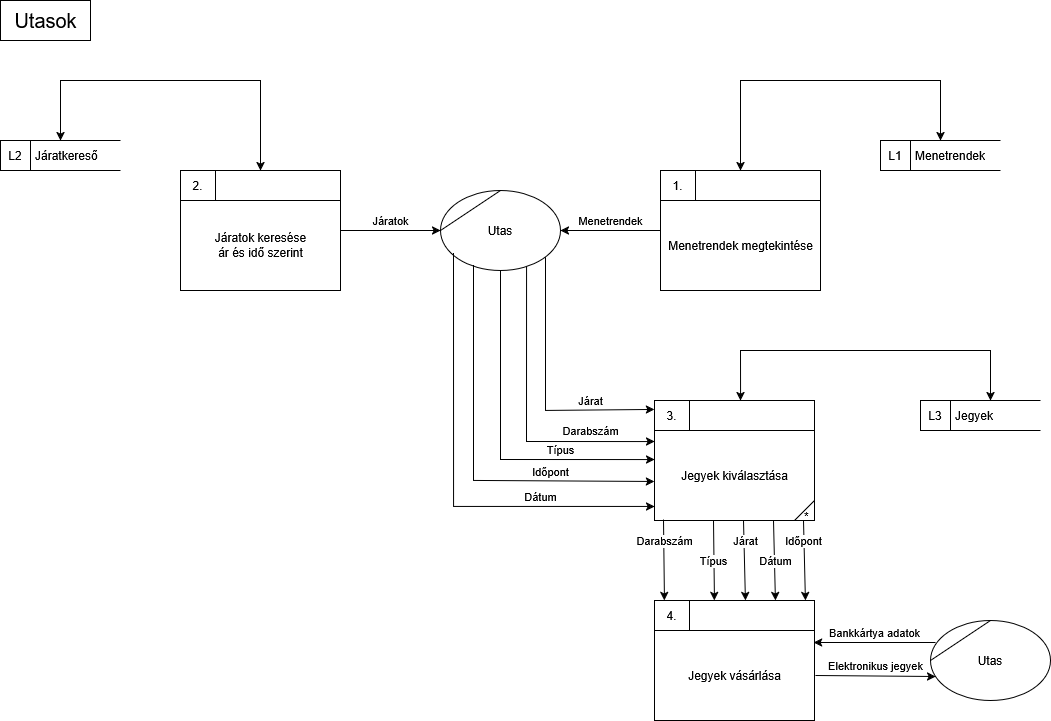
jan-katosa/vasut_projekt keeps this draw.io diagram as docs/documentation/dfd/vasut_utas_log1.png. Above is the earlier version. Source tidied: cells renumbered, new cells last; positions are measured from the earlier drawing's top-left corner, leaving out a move shared by most shapes. Source of this version:
```xml
<mxGraphModel>
  <root>
    <mxCell id="0" />
    <mxCell id="1" parent="0" />
    <mxCell id="2" value="Járat" style="endArrow=classic;html=1;rounded=0;verticalAlign=bottom;exitX=0.875;exitY=0.838;exitDx=0;exitDy=0;exitPerimeter=0;entryX=0;entryY=0.075;entryDx=0;entryDy=0;entryPerimeter=0;" parent="1" edge="1" source="25" target="13">
      <mxGeometry x="0.51" relative="1" as="geometry">
        <Array as="points">
          <mxPoint x="545" y="410" />
        </Array>
      </mxGeometry>
    </mxCell>
    <mxCell id="3" value="Típus" style="endArrow=classic;html=1;rounded=0;verticalAlign=bottom;exitX=0.5;exitY=1;exitDx=0;exitDy=0;entryX=0;entryY=0.492;entryDx=0;entryDy=0;entryPerimeter=0;" parent="1" edge="1" source="25">
      <mxGeometry x="0.45" relative="1" as="geometry">
        <mxPoint x="654" y="459" as="targetPoint" />
        <Array as="points">
          <mxPoint x="500" y="459" />
        </Array>
      </mxGeometry>
    </mxCell>
    <mxCell id="4" value="Jegyek vásárlása" style="html=1;dashed=0;whitespace=wrap;shape=mxgraph.dfd.process;align=center;spacingTop=30;" parent="1" vertex="1">
      <mxGeometry x="654" y="600" width="160" height="120" as="geometry" />
    </mxCell>
    <mxCell id="5" value="4." style="text;html=1;strokeColor=none;fillColor=none;align=center;verticalAlign=middle;whiteSpace=wrap;rounded=0;" parent="4" vertex="1">
      <mxGeometry width="35" height="30" as="geometry" />
    </mxCell>
    <mxCell id="6" style="text;html=1;strokeColor=none;fillColor=none;align=left;verticalAlign=middle;whiteSpace=wrap;rounded=0;spacingLeft=6;" parent="4" vertex="1">
      <mxGeometry x="35" y="-5" width="50" height="40" as="geometry" />
    </mxCell>
    <mxCell id="7" value="Utas" style="shape=(stored shape, 332 characters);whiteSpace=wrap;html=1;" parent="1" vertex="1">
      <mxGeometry x="930" y="620" width="120" height="80" as="geometry" />
    </mxCell>
    <mxCell id="8" value="Jegyek" style="html=1;dashed=0;whitespace=wrap;shape=mxgraph.dfd.dataStoreID;align=left;spacingLeft=33;" parent="1" vertex="1">
      <mxGeometry x="920" y="400" width="120" height="30" as="geometry" />
    </mxCell>
    <mxCell id="9" value="L3" style="text;html=1;strokeColor=none;fillColor=none;align=center;verticalAlign=middle;whiteSpace=wrap;rounded=0;" parent="8" vertex="1">
      <mxGeometry width="30" height="30" as="geometry" />
    </mxCell>
    <mxCell id="10" value="Bankkártya adatok" style="endArrow=classic;html=1;rounded=0;verticalAlign=bottom;exitX=0.042;exitY=0.275;exitDx=0;exitDy=0;exitPerimeter=0;entryX=0.994;entryY=0.35;entryDx=0;entryDy=0;entryPerimeter=0;" parent="1" edge="1" source="7" target="4">
      <mxGeometry relative="1" as="geometry" />
    </mxCell>
    <mxCell id="11" value="Elektronikus jegyek" style="endArrow=classic;html=1;rounded=0;verticalAlign=bottom;exitX=1.006;exitY=0.625;exitDx=0;exitDy=0;exitPerimeter=0;entryX=0.042;entryY=0.7;entryDx=0;entryDy=0;entryPerimeter=0;" parent="1" edge="1" source="4" target="7">
      <mxGeometry relative="1" as="geometry" />
    </mxCell>
    <mxCell id="12" value="Darabszám" style="endArrow=classic;html=1;rounded=0;verticalAlign=bottom;exitX=0.717;exitY=0.95;exitDx=0;exitDy=0;entryX=0;entryY=0.342;entryDx=0;entryDy=0;entryPerimeter=0;exitPerimeter=0;" parent="1" edge="1" source="25" target="13">
      <mxGeometry x="0.58" y="1" relative="1" as="geometry">
        <Array as="points">
          <mxPoint x="526" y="441" />
        </Array>
      </mxGeometry>
    </mxCell>
    <mxCell id="13" value="Jegyek kiválasztása" style="html=1;dashed=0;whitespace=wrap;shape=mxgraph.dfd.process2;align=center;spacingTop=30;" parent="1" vertex="1">
      <mxGeometry x="654" y="400" width="160" height="120" as="geometry" />
    </mxCell>
    <mxCell id="14" value="3." style="text;html=1;strokeColor=none;fillColor=none;align=center;verticalAlign=middle;whiteSpace=wrap;rounded=0;" parent="13" vertex="1">
      <mxGeometry width="35" height="30" as="geometry" />
    </mxCell>
    <mxCell id="15" style="text;strokeColor=none;fillColor=none;align=left;verticalAlign=middle;whiteSpace=wrap;rounded=0;spacingLeft=6;fontStyle=0;html=1;" parent="13" vertex="1">
      <mxGeometry x="35" y="-5" width="50" height="40" as="geometry" />
    </mxCell>
    <mxCell id="16" style="endArrow=classic;startArrow=classic;html=1;rounded=0;verticalAlign=bottom;entryX=0.583;entryY=0;entryDx=0;entryDy=0;entryPerimeter=0;exitX=0.538;exitY=0;exitDx=0;exitDy=0;exitPerimeter=0;" parent="1" edge="1" source="13" target="8">
      <mxGeometry relative="1" as="geometry">
        <Array as="points">
          <mxPoint x="740" y="350" />
          <mxPoint x="990" y="350" />
        </Array>
      </mxGeometry>
    </mxCell>
    <mxCell id="17" value="Darabszám" style="endArrow=classic;html=1;rounded=0;verticalAlign=bottom;exitX=0.175;exitY=0.992;exitDx=0;exitDy=0;entryX=0.181;entryY=0;entryDx=0;entryDy=0;entryPerimeter=0;exitPerimeter=0;" parent="1" edge="1">
      <mxGeometry x="-0.23" y="1" relative="1" as="geometry">
        <mxPoint x="663" y="519" as="sourcePoint" />
        <mxPoint x="664" y="600" as="targetPoint" />
      </mxGeometry>
    </mxCell>
    <mxCell id="18" value="Típus" style="endArrow=classic;html=1;rounded=0;verticalAlign=bottom;exitX=0.525;exitY=1;exitDx=0;exitDy=0;entryX=0.531;entryY=0;entryDx=0;entryDy=0;entryPerimeter=0;exitPerimeter=0;" parent="1" edge="1">
      <mxGeometry x="0.25" y="-1" relative="1" as="geometry">
        <mxPoint x="713" y="520" as="sourcePoint" />
        <mxPoint x="714" y="600" as="targetPoint" />
      </mxGeometry>
    </mxCell>
    <mxCell id="19" value="Járat" style="endArrow=classic;html=1;rounded=0;verticalAlign=bottom;exitX=0.888;exitY=1;exitDx=0;exitDy=0;exitPerimeter=0;entryX=0.9;entryY=0;entryDx=0;entryDy=0;entryPerimeter=0;" parent="1" edge="1">
      <mxGeometry x="-0.25" y="1" relative="1" as="geometry">
        <mxPoint x="743" y="520" as="sourcePoint" />
        <mxPoint x="744.9" y="600" as="targetPoint" />
      </mxGeometry>
    </mxCell>
    <mxCell id="20" value="Dátum" style="endArrow=classic;html=1;rounded=0;verticalAlign=bottom;exitX=0.888;exitY=1;exitDx=0;exitDy=0;exitPerimeter=0;entryX=0.9;entryY=0;entryDx=0;entryDy=0;entryPerimeter=0;" parent="1" edge="1">
      <mxGeometry x="0.25" y="1" relative="1" as="geometry">
        <mxPoint x="773" y="520" as="sourcePoint" />
        <mxPoint x="774.9" y="600" as="targetPoint" />
      </mxGeometry>
    </mxCell>
    <mxCell id="21" value="Időpont" style="endArrow=classic;html=1;rounded=0;verticalAlign=bottom;exitX=0.888;exitY=1;exitDx=0;exitDy=0;exitPerimeter=0;entryX=0.9;entryY=0;entryDx=0;entryDy=0;entryPerimeter=0;" parent="1" edge="1">
      <mxGeometry x="-0.25" y="-1" relative="1" as="geometry">
        <mxPoint x="803" y="520" as="sourcePoint" />
        <mxPoint x="804.9" y="600" as="targetPoint" />
      </mxGeometry>
    </mxCell>
    <mxCell id="22" value="Menetrendek megtekintése" style="html=1;dashed=0;whitespace=wrap;shape=mxgraph.dfd.process;align=center;spacingTop=30;" parent="1" vertex="1">
      <mxGeometry x="660" y="170" width="160" height="120" as="geometry" />
    </mxCell>
    <mxCell id="23" value="1." style="text;html=1;strokeColor=none;fillColor=none;align=center;verticalAlign=middle;whiteSpace=wrap;rounded=0;" parent="22" vertex="1">
      <mxGeometry width="35" height="30" as="geometry" />
    </mxCell>
    <mxCell id="24" style="text;html=1;strokeColor=none;fillColor=none;align=left;verticalAlign=middle;whiteSpace=wrap;rounded=0;spacingLeft=6;" parent="22" vertex="1">
      <mxGeometry x="35" y="-5" width="50" height="40" as="geometry" />
    </mxCell>
    <mxCell id="25" value="Utas" style="shape=(stored shape, 332 characters);whiteSpace=wrap;html=1;" parent="1" vertex="1">
      <mxGeometry x="440" y="190" width="120" height="80" as="geometry" />
    </mxCell>
    <mxCell id="26" value="Menetrendek" style="html=1;dashed=0;whitespace=wrap;shape=mxgraph.dfd.dataStoreID;align=left;spacingLeft=33;" parent="1" vertex="1">
      <mxGeometry x="880" y="140" width="120" height="30" as="geometry" />
    </mxCell>
    <mxCell id="27" value="L1" style="text;html=1;strokeColor=none;fillColor=none;align=center;verticalAlign=middle;whiteSpace=wrap;rounded=0;" parent="26" vertex="1">
      <mxGeometry width="30" height="30" as="geometry" />
    </mxCell>
    <mxCell id="28" value="Menetrendek" style="endArrow=classic;html=1;rounded=0;verticalAlign=bottom;entryX=1;entryY=0.5;entryDx=0;entryDy=0;exitX=0;exitY=0.5;exitDx=0;exitDy=0;exitPerimeter=0;" parent="1" edge="1" source="22" target="25">
      <mxGeometry relative="1" as="geometry" />
    </mxCell>
    <mxCell id="29" style="endArrow=classic;startArrow=classic;html=1;rounded=0;verticalAlign=bottom;entryX=0.5;entryY=0;entryDx=0;entryDy=0;entryPerimeter=0;exitX=0.5;exitY=0;exitDx=0;exitDy=0;exitPerimeter=0;" parent="1" edge="1" source="22" target="26">
      <mxGeometry relative="1" as="geometry">
        <Array as="points">
          <mxPoint x="740" y="80" />
          <mxPoint x="940" y="80" />
        </Array>
      </mxGeometry>
    </mxCell>
    <mxCell id="30" value="Időpont" style="endArrow=classic;html=1;rounded=0;verticalAlign=bottom;exitX=0.275;exitY=0.938;exitDx=0;exitDy=0;exitPerimeter=0;entryX=0;entryY=0.675;entryDx=0;entryDy=0;entryPerimeter=0;" parent="1" edge="1" source="25" target="13">
      <mxGeometry x="0.47" y="-1" relative="1" as="geometry">
        <Array as="points">
          <mxPoint x="473" y="480" />
        </Array>
      </mxGeometry>
    </mxCell>
    <mxCell id="31" value="Dátum" style="endArrow=classic;html=1;rounded=0;verticalAlign=bottom;exitX=0.108;exitY=0.788;exitDx=0;exitDy=0;exitPerimeter=0;entryX=0;entryY=0.883;entryDx=0;entryDy=0;entryPerimeter=0;" parent="1" edge="1" source="25" target="13">
      <mxGeometry x="0.5" relative="1" as="geometry">
        <Array as="points">
          <mxPoint x="453" y="506" />
        </Array>
      </mxGeometry>
    </mxCell>
    <mxCell id="32" value="&lt;div align=&quot;center&quot;&gt;Járatok keresése&lt;/div&gt;&lt;div align=&quot;center&quot;&gt;ár és idő szerint&lt;/div&gt;" style="html=1;dashed=0;whitespace=wrap;shape=mxgraph.dfd.process;align=center;spacingTop=30;" parent="1" vertex="1">
      <mxGeometry x="180" y="170" width="160" height="120" as="geometry" />
    </mxCell>
    <mxCell id="33" value="2." style="text;html=1;strokeColor=none;fillColor=none;align=center;verticalAlign=middle;whiteSpace=wrap;rounded=0;" parent="32" vertex="1">
      <mxGeometry width="35" height="30" as="geometry" />
    </mxCell>
    <mxCell id="34" style="text;html=1;strokeColor=none;fillColor=none;align=left;verticalAlign=middle;whiteSpace=wrap;rounded=0;spacingLeft=6;" parent="32" vertex="1">
      <mxGeometry x="35" y="-5" width="50" height="40" as="geometry" />
    </mxCell>
    <mxCell id="35" value="Járatok" style="endArrow=classic;html=1;rounded=0;verticalAlign=bottom;entryX=0;entryY=0.5;entryDx=0;entryDy=0;exitX=1;exitY=0.5;exitDx=0;exitDy=0;exitPerimeter=0;" parent="1" edge="1" source="32" target="25">
      <mxGeometry relative="1" as="geometry" />
    </mxCell>
    <mxCell id="36" value="Járatkereső" style="html=1;dashed=0;whitespace=wrap;shape=mxgraph.dfd.dataStoreID;align=left;spacingLeft=33;" parent="1" vertex="1">
      <mxGeometry y="140" width="120" height="30" as="geometry" />
    </mxCell>
    <mxCell id="37" value="L2" style="text;html=1;strokeColor=none;fillColor=none;align=center;verticalAlign=middle;whiteSpace=wrap;rounded=0;" parent="36" vertex="1">
      <mxGeometry width="30" height="30" as="geometry" />
    </mxCell>
    <mxCell id="38" style="endArrow=classic;startArrow=classic;html=1;rounded=0;verticalAlign=bottom;entryX=0.5;entryY=0;entryDx=0;entryDy=0;entryPerimeter=0;" parent="1" edge="1">
      <mxGeometry relative="1" as="geometry">
        <mxPoint x="60" y="140" as="sourcePoint" />
        <mxPoint x="260" y="170" as="targetPoint" />
        <Array as="points">
          <mxPoint x="60" y="80" />
          <mxPoint x="260" y="80" />
        </Array>
      </mxGeometry>
    </mxCell>
    <mxCell id="39" value="&lt;font style=&quot;font-size: 20px;&quot;&gt;Utasok&lt;/font&gt;" style="text;html=1;align=center;verticalAlign=middle;strokeColor=default;fillColor=default;" parent="1" vertex="1">
      <mxGeometry width="90" height="40" as="geometry" />
    </mxCell>
  </root>
</mxGraphModel>
```
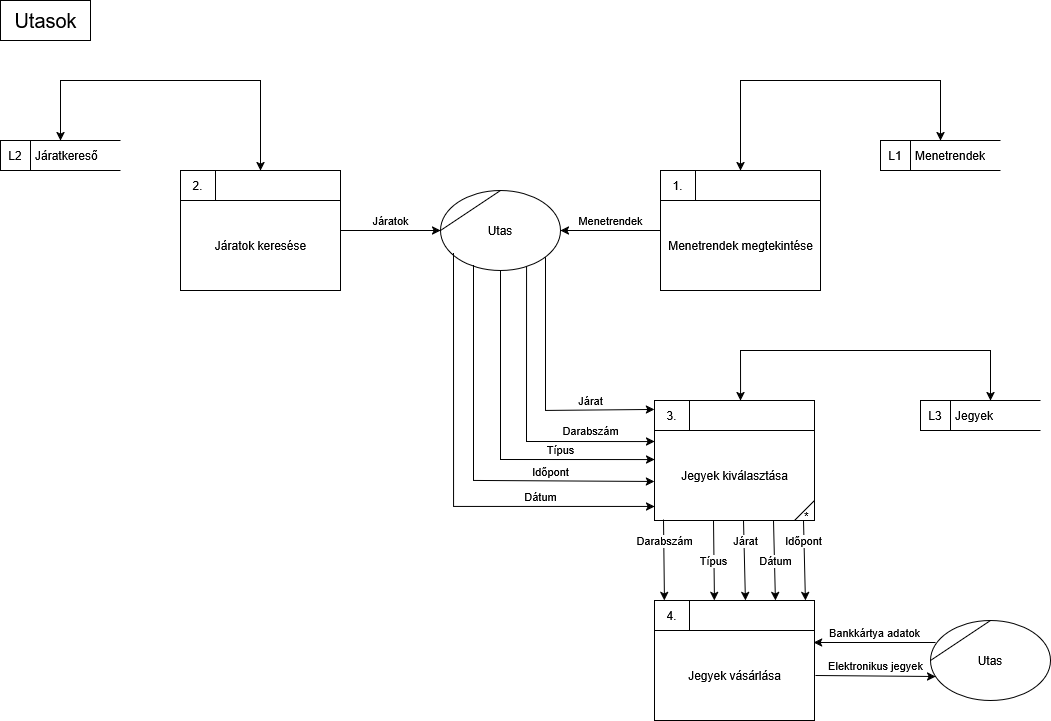
Later version of the same file.

What changed in the source:
```diff
@@ -138,7 +138,7 @@
         </Array>
       </mxGeometry>
     </mxCell>
-    <mxCell id="32" value="&lt;div align=&quot;center&quot;&gt;Járatok keresése&lt;/div&gt;&lt;div align=&quot;center&quot;&gt;ár és idő szerint&lt;/div&gt;" style="html=1;dashed=0;whitespace=wrap;shape=mxgraph.dfd.process;align=center;spacingTop=30;" parent="1" vertex="1">
+    <mxCell id="32" value="&lt;div align=&quot;center&quot;&gt;Járatok keresése&lt;/div&gt;" style="html=1;dashed=0;whitespace=wrap;shape=mxgraph.dfd.process;align=center;spacingTop=30;" parent="1" vertex="1">
       <mxGeometry x="180" y="170" width="160" height="120" as="geometry" />
     </mxCell>
     <mxCell id="33" value="2." style="text;html=1;strokeColor=none;fillColor=none;align=center;verticalAlign=middle;whiteSpace=wrap;rounded=0;" parent="32" vertex="1">
```
